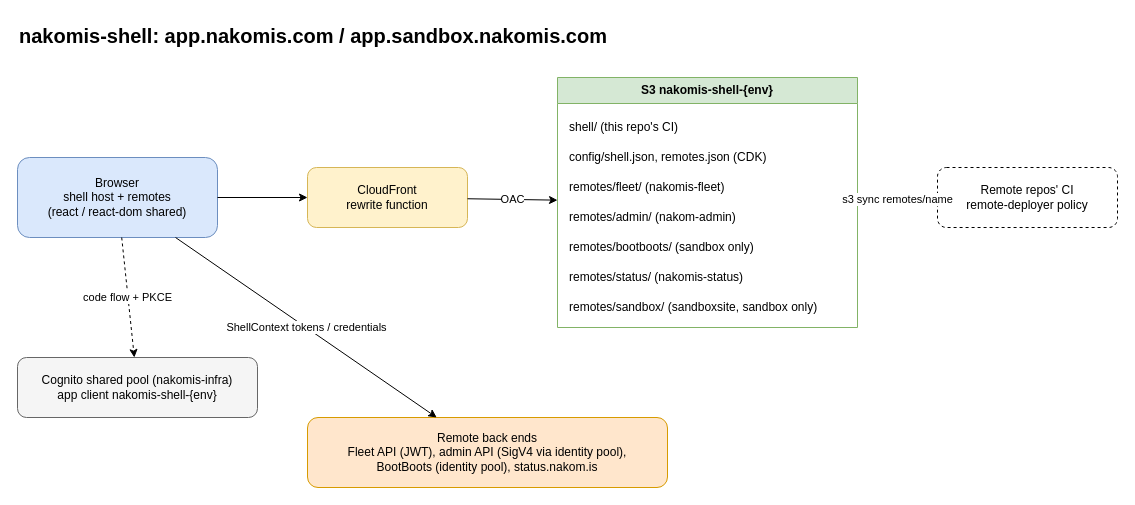
Before: docs/architecture/nakomis-shell.drawio in nakomis/nakomis-shell, a draw.io diagram. Source tidied: cells renumbered, new cells numbered last; positions are measured from the earlier drawing's top-left corner, leaving out a move shared by most shapes. Both pictures are drawn from the tidied source at 100%, with x=0, y=0 at pixel (17, 17).
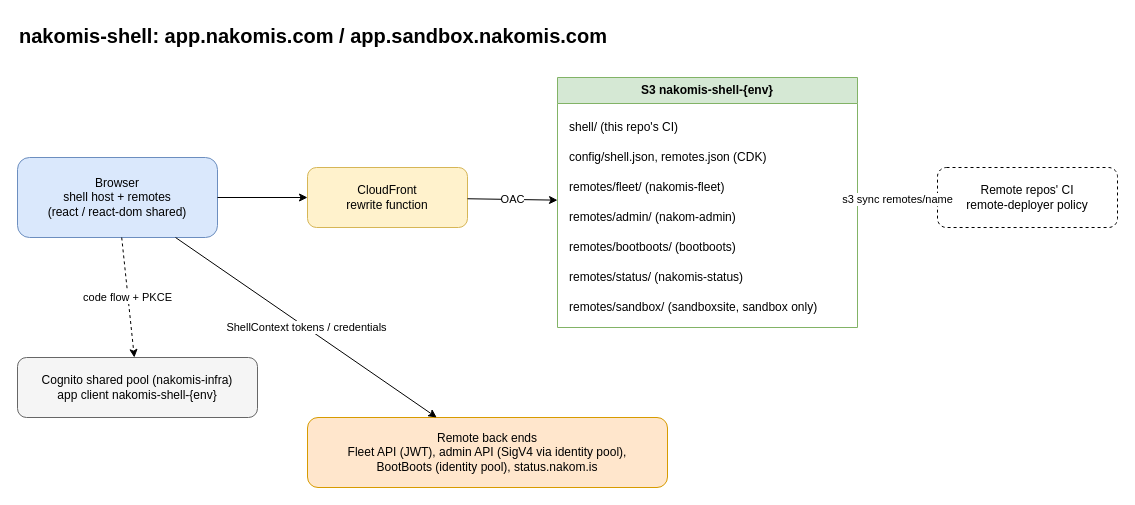
Above is the later version.

Commit message (it also covers changes not shown here):
feat: list the bootboots remote in prod (BOOT-12)

Unchanged cells that the change refers to:
```xml
<mxCell id="5" value="S3 nakomis-shell-{env}" style="swimlane;whiteSpace=wrap;html=1;fillColor=#d5e8d4;strokeColor=#82b366;startSize=26;" parent="1" vertex="1">
  <mxGeometry x="540" y="60" width="300" height="250" as="geometry" />
</mxCell>
```

Diff of the diagram source:
```diff
@@
-    <mxCell id="10" value="remotes/bootboots/  (sandbox only)" style="text;html=1;align=left;" parent="5" vertex="1">
+    <mxCell id="10" value="remotes/bootboots/  (bootboots)" style="text;html=1;align=left;" parent="5" vertex="1">
       <mxGeometry x="10" y="156" width="280" height="24" as="geometry" />
     </mxCell>
```
